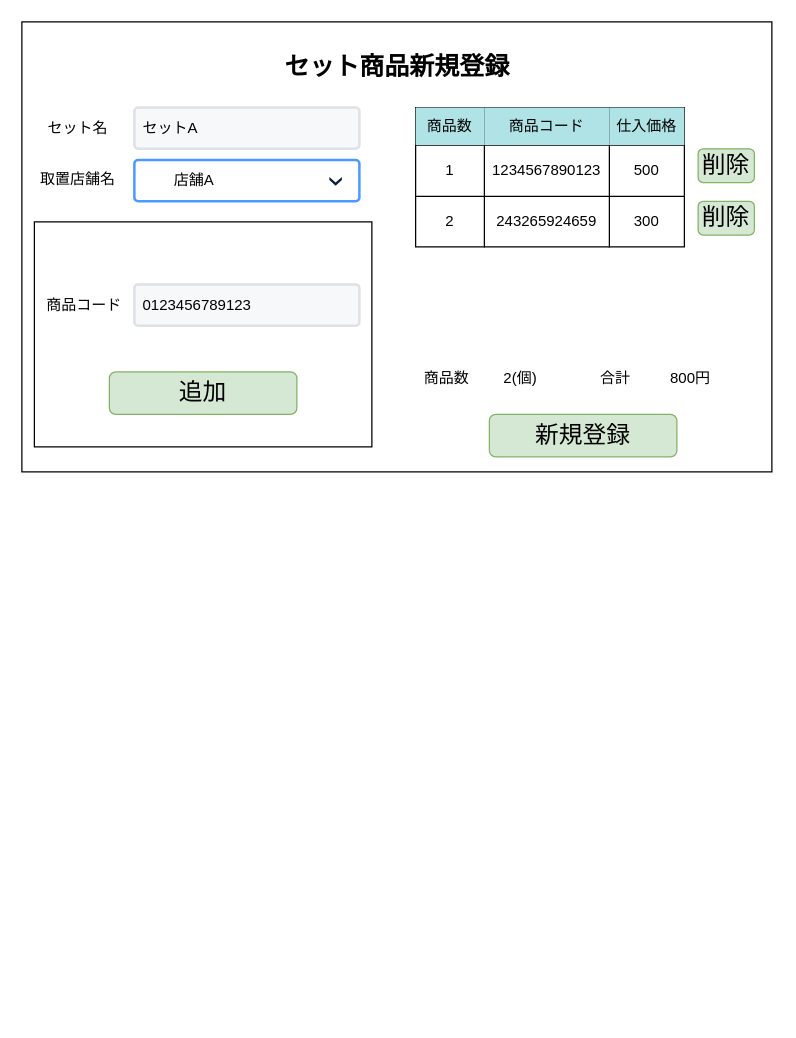
Earlier version of the draw.io diagram page "S07-02 セット商品新規登録" (2 of 4) of 各種設計書/6.画面設計書/S07_在庫.drawio (HaruShim/Sotuken). Source tidied: cells renumbered, new cells numbered last; positions are measured from the earlier drawing's top-left corner, leaving out a move shared by most shapes. Both pictures are drawn from the tidied source at 125%, with x=0, y=0 at pixel (21, 21).
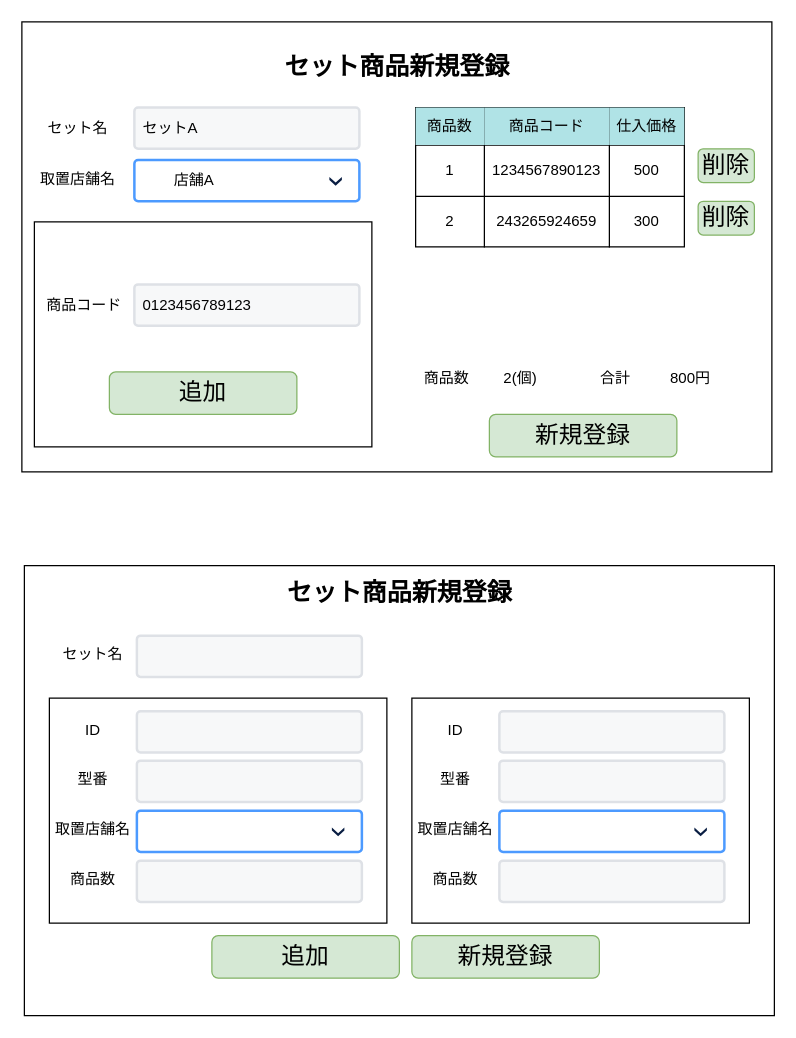
The same page after the edit.

The edit, as a diff of the source:
```diff
@@
+    <mxCell id="35" style="rounded=0;whiteSpace=wrap;html=1;" parent="33" vertex="1">
+      <mxGeometry x="2" y="435" width="600" height="360" as="geometry" />
+    </mxCell>
+    <mxCell id="36" style="rounded=0;whiteSpace=wrap;html=1;fillColor=none;" parent="33" vertex="1">
+      <mxGeometry x="22" y="541" width="270" height="180" as="geometry" />
+    </mxCell>
+    <mxCell id="37" value="セット商品新規登録" style="text;html=1;strokeColor=none;fillColor=none;align=center;verticalAlign=middle;whiteSpace=wrap;rounded=0;fontColor=default;fontStyle=1;fontSize=20;" parent="33" vertex="1">
+      <mxGeometry x="189.5" y="431" width="225" height="50" as="geometry" />
+    </mxCell>
+    <mxCell id="38" value="ID" style="text;html=1;strokeColor=none;fillColor=none;align=center;verticalAlign=middle;whiteSpace=wrap;rounded=0;" parent="33" vertex="1">
+      <mxGeometry x="32" y="551.5" width="50" height="30" as="geometry" />
+    </mxCell>
+    <mxCell id="39" style="rounded=1;arcSize=9;fillColor=#F7F8F9;align=left;spacingLeft=5;strokeColor=#DEE1E6;html=1;strokeWidth=2;fontSize=12;" parent="33" vertex="1">
+      <mxGeometry x="92" y="551.5" width="180" height="33" as="geometry" />
+    </mxCell>
+    <mxCell id="40" value="型番" style="text;html=1;strokeColor=none;fillColor=none;align=center;verticalAlign=middle;whiteSpace=wrap;rounded=0;" parent="33" vertex="1">
+      <mxGeometry x="32" y="591" width="50" height="30" as="geometry" />
+    </mxCell>
+    <mxCell id="41" style="rounded=1;arcSize=9;fillColor=#F7F8F9;align=left;spacingLeft=5;strokeColor=#DEE1E6;html=1;strokeWidth=2;fontSize=12;" parent="33" vertex="1">
+      <mxGeometry x="92" y="591" width="180" height="33" as="geometry" />
+    </mxCell>
+    <mxCell id="42" value="取置店舗名" style="text;html=1;strokeColor=none;fillColor=none;align=center;verticalAlign=middle;whiteSpace=wrap;rounded=0;" parent="33" vertex="1">
+      <mxGeometry x="22" y="631" width="70" height="30" as="geometry" />
+    </mxCell>
+    <mxCell id="43" value="商品数" style="text;html=1;strokeColor=none;fillColor=none;align=center;verticalAlign=middle;whiteSpace=wrap;rounded=0;" parent="33" vertex="1">
+      <mxGeometry x="27" y="671" width="60" height="30" as="geometry" />
+    </mxCell>
+    <mxCell id="44" style="rounded=1;arcSize=9;fillColor=#ffffff;strokeColor=#4C9AFF;html=1;strokeWidth=2;spacingLeft=30;fontColor=#000000;align=left;" parent="33" vertex="1">
+      <mxGeometry x="92" y="631" width="180" height="33" as="geometry" />
+    </mxCell>
+    <mxCell id="45" style="shape=step;whiteSpace=wrap;html=1;rounded=0;strokeColor=none;strokeWidth=2;fillColor=#0A1E43;gradientColor=none;fontFamily=Verdana;fontSize=14;fontColor=#000000;align=left;direction=south;size=0.65;" parent="44" vertex="1">
+      <mxGeometry x="1" y="0.5" width="10" height="7" relative="1" as="geometry">
+        <mxPoint x="-24" y="-3" as="offset" />
+      </mxGeometry>
+    </mxCell>
+    <mxCell id="46" style="rounded=1;arcSize=9;fillColor=#F7F8F9;align=left;spacingLeft=5;strokeColor=#DEE1E6;html=1;strokeWidth=2;fontSize=12;" parent="33" vertex="1">
+      <mxGeometry x="92" y="671" width="180" height="33" as="geometry" />
+    </mxCell>
+    <mxCell id="47" value="&lt;span style=&quot;font-size: 19px&quot;&gt;新規登録&lt;/span&gt;" style="rounded=1;whiteSpace=wrap;html=1;align=center;labelBackgroundColor=none;fillColor=#d5e8d4;strokeColor=#82b366;" parent="33" vertex="1">
+      <mxGeometry x="312" y="731" width="150" height="34" as="geometry" />
+    </mxCell>
+    <mxCell id="48" style="rounded=0;whiteSpace=wrap;html=1;fillColor=none;" parent="33" vertex="1">
+      <mxGeometry x="312" y="541" width="270" height="180" as="geometry" />
+    </mxCell>
+    <mxCell id="49" value="ID" style="text;html=1;strokeColor=none;fillColor=none;align=center;verticalAlign=middle;whiteSpace=wrap;rounded=0;" parent="33" vertex="1">
+      <mxGeometry x="322" y="551.5" width="50" height="30" as="geometry" />
+    </mxCell>
+    <mxCell id="50" style="rounded=1;arcSize=9;fillColor=#F7F8F9;align=left;spacingLeft=5;strokeColor=#DEE1E6;html=1;strokeWidth=2;fontSize=12;" parent="33" vertex="1">
+      <mxGeometry x="382" y="551.5" width="180" height="33" as="geometry" />
+    </mxCell>
+    <mxCell id="51" value="型番" style="text;html=1;strokeColor=none;fillColor=none;align=center;verticalAlign=middle;whiteSpace=wrap;rounded=0;" parent="33" vertex="1">
+      <mxGeometry x="322" y="591" width="50" height="30" as="geometry" />
+    </mxCell>
+    <mxCell id="52" style="rounded=1;arcSize=9;fillColor=#F7F8F9;align=left;spacingLeft=5;strokeColor=#DEE1E6;html=1;strokeWidth=2;fontSize=12;" parent="33" vertex="1">
+      <mxGeometry x="382" y="591" width="180" height="33" as="geometry" />
+    </mxCell>
+    <mxCell id="53" value="取置店舗名" style="text;html=1;strokeColor=none;fillColor=none;align=center;verticalAlign=middle;whiteSpace=wrap;rounded=0;" parent="33" vertex="1">
+      <mxGeometry x="312" y="631" width="70" height="30" as="geometry" />
+    </mxCell>
+    <mxCell id="54" value="商品数" style="text;html=1;strokeColor=none;fillColor=none;align=center;verticalAlign=middle;whiteSpace=wrap;rounded=0;" parent="33" vertex="1">
+      <mxGeometry x="317" y="671" width="60" height="30" as="geometry" />
+    </mxCell>
+    <mxCell id="55" style="rounded=1;arcSize=9;fillColor=#ffffff;strokeColor=#4C9AFF;html=1;strokeWidth=2;spacingLeft=30;fontColor=#000000;align=left;" parent="33" vertex="1">
+      <mxGeometry x="382" y="631" width="180" height="33" as="geometry" />
+    </mxCell>
+    <mxCell id="56" style="shape=step;whiteSpace=wrap;html=1;rounded=0;strokeColor=none;strokeWidth=2;fillColor=#0A1E43;gradientColor=none;fontFamily=Verdana;fontSize=14;fontColor=#000000;align=left;direction=south;size=0.65;" parent="55" vertex="1">
+      <mxGeometry x="1" y="0.5" width="10" height="7" relative="1" as="geometry">
+        <mxPoint x="-24" y="-3" as="offset" />
+      </mxGeometry>
+    </mxCell>
+    <mxCell id="57" style="rounded=1;arcSize=9;fillColor=#F7F8F9;align=left;spacingLeft=5;strokeColor=#DEE1E6;html=1;strokeWidth=2;fontSize=12;" parent="33" vertex="1">
+      <mxGeometry x="382" y="671" width="180" height="33" as="geometry" />
+    </mxCell>
+    <mxCell id="58" value="&lt;span style=&quot;font-size: 19px&quot;&gt;追加&lt;/span&gt;" style="rounded=1;whiteSpace=wrap;html=1;align=center;labelBackgroundColor=none;fillColor=#d5e8d4;strokeColor=#82b366;" parent="33" vertex="1">
+      <mxGeometry x="152" y="731" width="150" height="34" as="geometry" />
+    </mxCell>
+    <mxCell id="59" value="セット名" style="text;html=1;strokeColor=none;fillColor=none;align=center;verticalAlign=middle;whiteSpace=wrap;rounded=0;" parent="33" vertex="1">
+      <mxGeometry x="32" y="491" width="50" height="30" as="geometry" />
+    </mxCell>
+    <mxCell id="60" style="rounded=1;arcSize=9;fillColor=#F7F8F9;align=left;spacingLeft=5;strokeColor=#DEE1E6;html=1;strokeWidth=2;fontSize=12;" parent="33" vertex="1">
+      <mxGeometry x="92" y="491" width="180" height="33" as="geometry" />
+    </mxCell>
```
